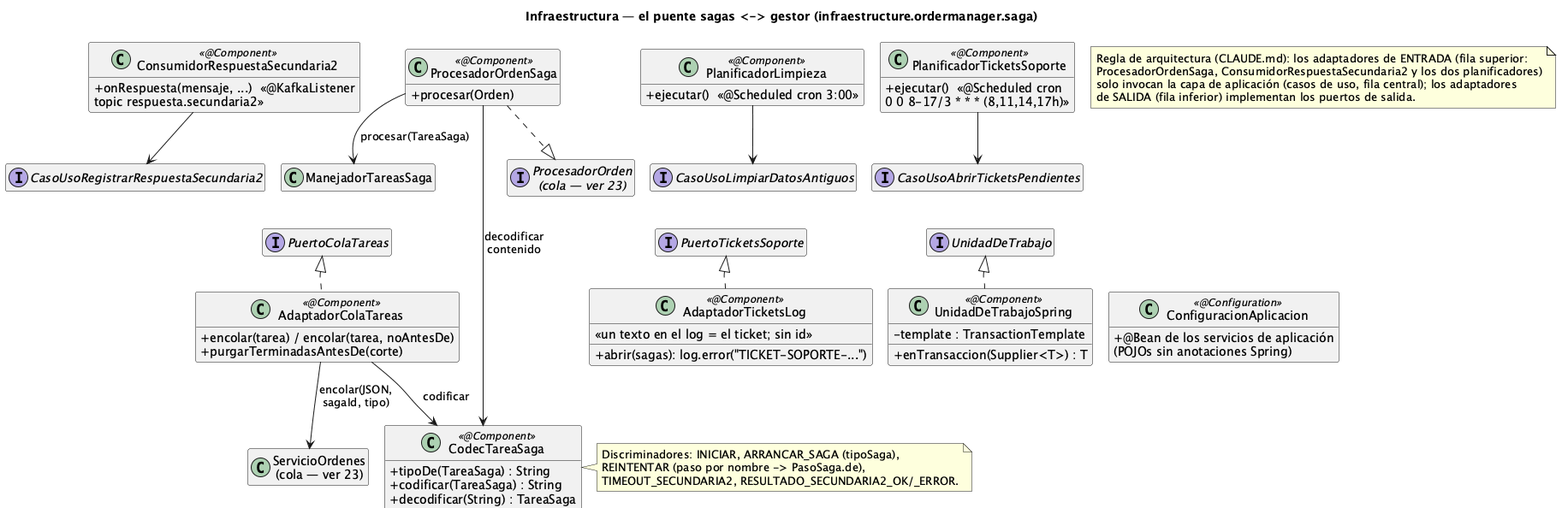
Above: order-manager/docs/24-clases-infraestructura-saga.png in ralcazar/patrones (PlantUML), before the change. The source it was exported from:
```plantuml
@startuml 24-clases-infraestructura-saga
title Infraestructura — el puente sagas <-> gestor (infraestructure.ordermanager.saga)
!pragma layout smetana
hide empty members
skinparam classAttributeIconSize 0

class ProcesadorOrdenSaga <<@Component>> {
  +procesar(Orden)
}
class ConsumidorRespuestaSecundaria2 <<@Component>> {
  +onRespuesta(mensaje, ...)  «@KafkaListener\ntopic respuesta.secundaria2»
}
class PlanificadorLimpieza <<@Component>> {
  +ejecutar()  «@Scheduled cron 3:00»
}
class PlanificadorTicketsSoporte <<@Component>> {
  +ejecutar()  «@Scheduled cron\n0 0 8-17/3 * * * (8,11,14,17h)»
}

class "ManejadorTareasSaga" as ManejadorTareasSaga
interface CasoUsoRegistrarRespuestaSecundaria2
interface CasoUsoLimpiarDatosAntiguos
interface CasoUsoAbrirTicketsPendientes
interface PuertoColaTareas
interface PuertoTicketsSoporte
interface UnidadDeTrabajo

class AdaptadorColaTareas <<@Component>> {
  +encolar(tarea) / encolar(tarea, noAntesDe)
  +purgarTerminadasAntesDe(corte)
}
class AdaptadorTicketsLog <<@Component>> {
  +abrir(sagas): log.error("TICKET-SOPORTE-...")
  «un texto en el log = el ticket; sin id»
}
class UnidadDeTrabajoSpring <<@Component>> {
  -template : TransactionTemplate
  +enTransaccion(Supplier<T>) : T
}

class CodecTareaSaga <<@Component>> {
  +tipoDe(TareaSaga) : String
  +codificar(TareaSaga) : String
  +decodificar(String) : TareaSaga
}
note right of CodecTareaSaga
  Discriminadores: INICIAR, ARRANCAR_SAGA (tipoSaga),
  REINTENTAR (paso por nombre -> PasoSaga.de),
  TIMEOUT_SECUNDARIA2, RESULTADO_SECUNDARIA2_OK/_ERROR.
end note
class "ServicioOrdenes\n(cola — ver 23)" as ServicioOrdenes
interface "ProcesadorOrden\n(cola — ver 23)" as ProcesadorOrden
class ConfiguracionAplicacion <<@Configuration>> {
  +@Bean de los servicios de aplicación\n(POJOs sin anotaciones Spring)
}

ProcesadorOrden <|.up. ProcesadorOrdenSaga
ProcesadorOrdenSaga --> CodecTareaSaga : decodificar\ncontenido
ProcesadorOrdenSaga --> ManejadorTareasSaga : procesar(TareaSaga)
ConsumidorRespuestaSecundaria2 --> CasoUsoRegistrarRespuestaSecundaria2
PlanificadorLimpieza --> CasoUsoLimpiarDatosAntiguos
PlanificadorTicketsSoporte --> CasoUsoAbrirTicketsPendientes

PuertoColaTareas <|.. AdaptadorColaTareas
PuertoTicketsSoporte <|.. AdaptadorTicketsLog
UnidadDeTrabajo <|.. UnidadDeTrabajoSpring
AdaptadorColaTareas --> ServicioOrdenes : encolar(JSON,\nsagaId, tipo)
AdaptadorColaTareas --> CodecTareaSaga : codificar

ConsumidorRespuestaSecundaria2 -[hidden]right- ProcesadorOrdenSaga
PlanificadorLimpieza -[hidden]right- PlanificadorTicketsSoporte
ProcesadorOrdenSaga -[hidden]right- PlanificadorLimpieza
CasoUsoRegistrarRespuestaSecundaria2 -[hidden]right- ManejadorTareasSaga
CasoUsoLimpiarDatosAntiguos -[hidden]right- CasoUsoAbrirTicketsPendientes
PuertoColaTareas -[hidden]down- AdaptadorColaTareas
PuertoTicketsSoporte -[hidden]down- AdaptadorTicketsLog
UnidadDeTrabajo -[hidden]down- UnidadDeTrabajoSpring
ManejadorTareasSaga -[hidden]down- PuertoColaTareas
CasoUsoAbrirTicketsPendientes -[hidden]down- PuertoTicketsSoporte
AdaptadorTicketsLog -[hidden]right- UnidadDeTrabajoSpring
AdaptadorColaTareas -[hidden]right- AdaptadorTicketsLog
UnidadDeTrabajoSpring -[hidden]right- ConfiguracionAplicacion

note as NRegla
  Regla de arquitectura (CLAUDE.md): los adaptadores de ENTRADA (fila superior:
  ProcesadorOrdenSaga, ConsumidorRespuestaSecundaria2 y los dos planificadores)
  solo invocan la capa de aplicación (casos de uso, fila central); los adaptadores
  de SALIDA (fila inferior) implementan los puertos de salida.
end note
@enduml
```
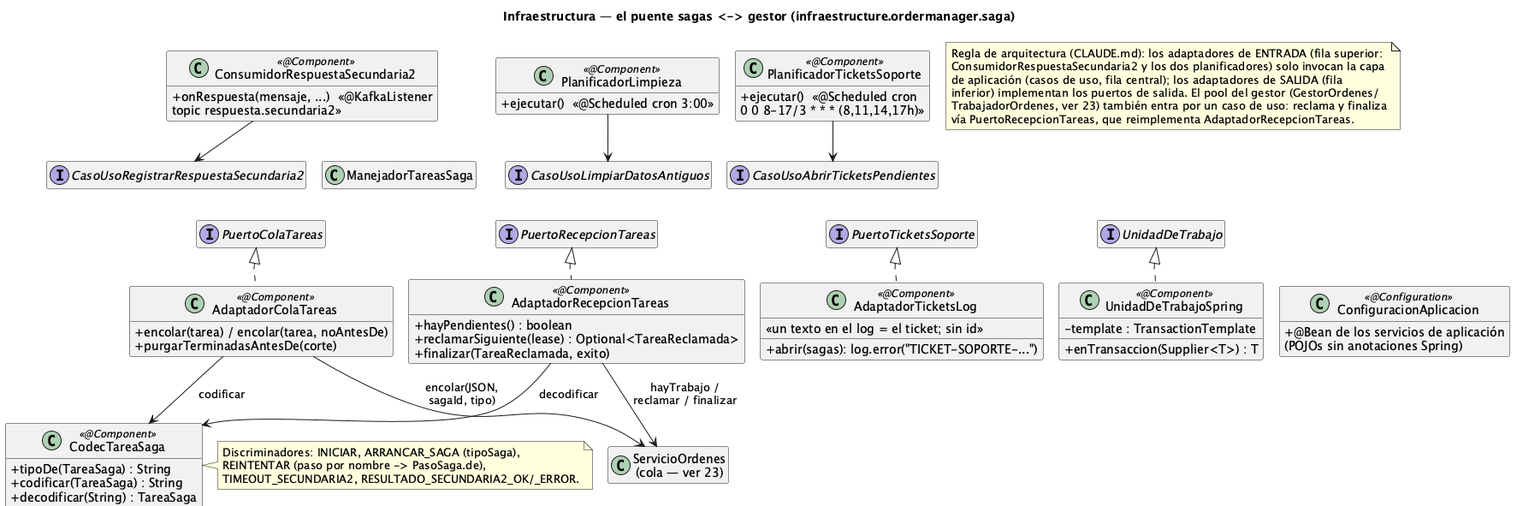
The same file after the commit.

What changed in the source:
```diff
@@ -4,9 +4,6 @@
 hide empty members
 skinparam classAttributeIconSize 0
 
-class ProcesadorOrdenSaga <<@Component>> {
-  +procesar(Orden)
-}
 class ConsumidorRespuestaSecundaria2 <<@Component>> {
   +onRespuesta(mensaje, ...)  «@KafkaListener\ntopic respuesta.secundaria2»
 }
@@ -22,12 +19,18 @@
 interface CasoUsoLimpiarDatosAntiguos
 interface CasoUsoAbrirTicketsPendientes
 interface PuertoColaTareas
+interface PuertoRecepcionTareas
 interface PuertoTicketsSoporte
 interface UnidadDeTrabajo
 
 class AdaptadorColaTareas <<@Component>> {
   +encolar(tarea) / encolar(tarea, noAntesDe)
   +purgarTerminadasAntesDe(corte)
+}
+class AdaptadorRecepcionTareas <<@Component>> {
+  +hayPendientes() : boolean
+  +reclamarSiguiente(lease) : Optional<TareaReclamada>
+  +finalizar(TareaReclamada, exito)
 }
 class AdaptadorTicketsLog <<@Component>> {
   +abrir(sagas): log.error("TICKET-SOPORTE-...")
@@ -49,42 +52,44 @@
   TIMEOUT_SECUNDARIA2, RESULTADO_SECUNDARIA2_OK/_ERROR.
 end note
 class "ServicioOrdenes\n(cola — ver 23)" as ServicioOrdenes
-interface "ProcesadorOrden\n(cola — ver 23)" as ProcesadorOrden
 class ConfiguracionAplicacion <<@Configuration>> {
   +@Bean de los servicios de aplicación\n(POJOs sin anotaciones Spring)
 }
 
-ProcesadorOrden <|.up. ProcesadorOrdenSaga
-ProcesadorOrdenSaga --> CodecTareaSaga : decodificar\ncontenido
-ProcesadorOrdenSaga --> ManejadorTareasSaga : procesar(TareaSaga)
 ConsumidorRespuestaSecundaria2 --> CasoUsoRegistrarRespuestaSecundaria2
 PlanificadorLimpieza --> CasoUsoLimpiarDatosAntiguos
 PlanificadorTicketsSoporte --> CasoUsoAbrirTicketsPendientes
 
 PuertoColaTareas <|.. AdaptadorColaTareas
+PuertoRecepcionTareas <|.. AdaptadorRecepcionTareas
 PuertoTicketsSoporte <|.. AdaptadorTicketsLog
 UnidadDeTrabajo <|.. UnidadDeTrabajoSpring
 AdaptadorColaTareas --> ServicioOrdenes : encolar(JSON,\nsagaId, tipo)
 AdaptadorColaTareas --> CodecTareaSaga : codificar
+AdaptadorRecepcionTareas --> ServicioOrdenes : hayTrabajo /\nreclamar / finalizar
+AdaptadorRecepcionTareas --> CodecTareaSaga : decodificar
 
-ConsumidorRespuestaSecundaria2 -[hidden]right- ProcesadorOrdenSaga
+ConsumidorRespuestaSecundaria2 -[hidden]right- PlanificadorLimpieza
 PlanificadorLimpieza -[hidden]right- PlanificadorTicketsSoporte
-ProcesadorOrdenSaga -[hidden]right- PlanificadorLimpieza
 CasoUsoRegistrarRespuestaSecundaria2 -[hidden]right- ManejadorTareasSaga
 CasoUsoLimpiarDatosAntiguos -[hidden]right- CasoUsoAbrirTicketsPendientes
 PuertoColaTareas -[hidden]down- AdaptadorColaTareas
+PuertoRecepcionTareas -[hidden]down- AdaptadorRecepcionTareas
 PuertoTicketsSoporte -[hidden]down- AdaptadorTicketsLog
 UnidadDeTrabajo -[hidden]down- UnidadDeTrabajoSpring
 ManejadorTareasSaga -[hidden]down- PuertoColaTareas
 CasoUsoAbrirTicketsPendientes -[hidden]down- PuertoTicketsSoporte
+AdaptadorColaTareas -[hidden]right- AdaptadorRecepcionTareas
+AdaptadorRecepcionTareas -[hidden]right- AdaptadorTicketsLog
 AdaptadorTicketsLog -[hidden]right- UnidadDeTrabajoSpring
-AdaptadorColaTareas -[hidden]right- AdaptadorTicketsLog
 UnidadDeTrabajoSpring -[hidden]right- ConfiguracionAplicacion
 
 note as NRegla
   Regla de arquitectura (CLAUDE.md): los adaptadores de ENTRADA (fila superior:
-  ProcesadorOrdenSaga, ConsumidorRespuestaSecundaria2 y los dos planificadores)
-  solo invocan la capa de aplicación (casos de uso, fila central); los adaptadores
-  de SALIDA (fila inferior) implementan los puertos de salida.
+  ConsumidorRespuestaSecundaria2 y los dos planificadores) solo invocan la capa
+  de aplicación (casos de uso, fila central); los adaptadores de SALIDA (fila
+  inferior) implementan los puertos de salida. El pool del gestor (GestorOrdenes/
+  TrabajadorOrdenes, ver 23) también entra por un caso de uso: reclama y finaliza
+  vía PuertoRecepcionTareas, que reimplementa AdaptadorRecepcionTareas.
 end note
 @enduml
```
